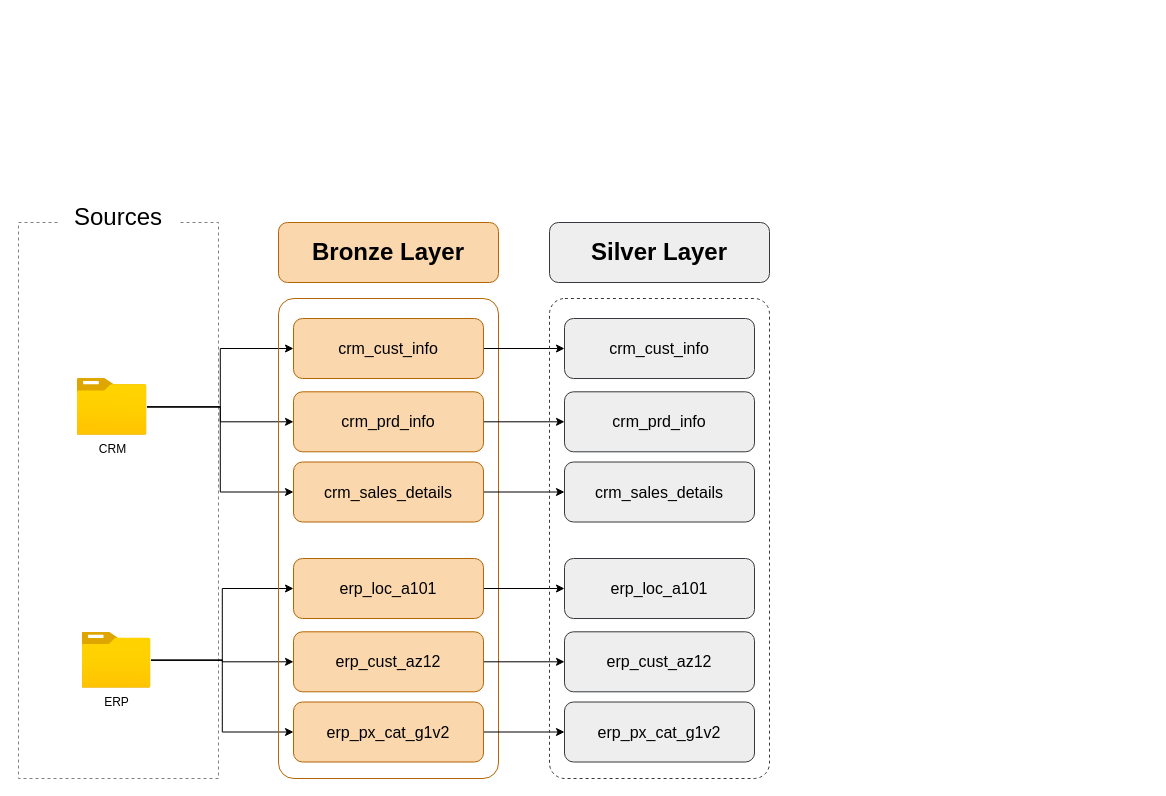
Before: _docs/data_flow_diagram.drawio in asadali27232/snowflake-sql-medallion-warehouse, a draw.io diagram. Source tidied: cells renumbered, new cells numbered last; positions are measured from the earlier drawing's top-left corner, leaving out a move shared by most shapes. Both pictures are drawn from the tidied source at 100%, with x=0, y=0 at pixel (18, 202).
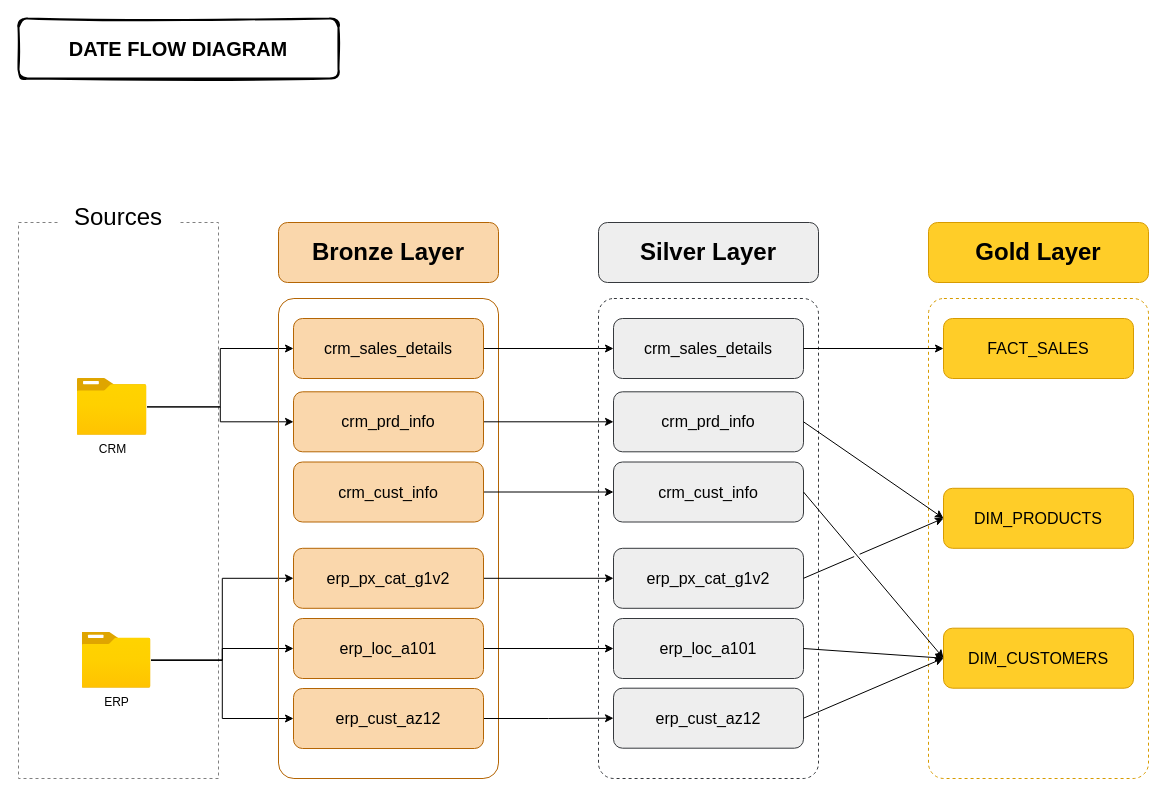
Above is the later version.

Commit message (it also covers changes not shown here):
feat: add Gold layer data catalog and data model, and update data flow and integration diagrams.

The change refers to these unchanged cells:
```xml
<mxCell id="7" value="CRM" style="image;html=1;points=[];align=center;fontSize=12;image=img/lib/azure2/general/Folder_Blank.svg;" parent="1" vertex="1">
  <mxGeometry x="58.5" y="176" width="70" height="56.8" as="geometry" />
</mxCell>
```

Diff of the diagram source:
```diff
@@
-    <mxCell id="4" style="edgeStyle=orthogonalEdgeStyle;rounded=0;jettySize=auto;html=1;" parent="1" edge="1" source="7" target="15">
-      <mxGeometry relative="1" as="geometry" />
-    </mxCell>
@@
     <mxCell id="15" value="&lt;font&gt;crm_cust_info&lt;/font&gt;" style="rounded=1;whiteSpace=wrap;html=1;fillColor=#fad7ac;strokeColor=#b46504;fontSize=16;" parent="1" vertex="1">
-      <mxGeometry x="275" y="116" width="190" height="60" as="geometry" />
+      <mxGeometry x="275" y="259.5" width="190" height="60" as="geometry" />
     </mxCell>
@@
     <mxCell id="19" value="&lt;font&gt;crm_sales_details&lt;/font&gt;" style="rounded=1;whiteSpace=wrap;html=1;fillColor=#fad7ac;strokeColor=#b46504;fontSize=16;" parent="1" vertex="1">
-      <mxGeometry x="275" y="259.5" width="190" height="60" as="geometry" />
+      <mxGeometry x="275" y="116" width="190" height="60" as="geometry" />
     </mxCell>
@@
     <mxCell id="21" value="&lt;font&gt;erp_loc_a101&lt;/font&gt;" style="rounded=1;whiteSpace=wrap;html=1;fillColor=#fad7ac;strokeColor=#b46504;fontSize=16;" parent="1" vertex="1">
-      <mxGeometry x="275" y="356" width="190" height="60" as="geometry" />
+      <mxGeometry x="275" y="416" width="190" height="60" as="geometry" />
     </mxCell>
@@
     <mxCell id="23" value="&lt;font&gt;erp_cust_az12&lt;/font&gt;" style="rounded=1;whiteSpace=wrap;html=1;fillColor=#fad7ac;strokeColor=#b46504;fontSize=16;" parent="1" vertex="1">
-      <mxGeometry x="275" y="429.3" width="190" height="60" as="geometry" />
+      <mxGeometry x="275" y="486" width="190" height="60" as="geometry" />
     </mxCell>
@@
     <mxCell id="25" value="&lt;font&gt;erp_px_cat_g1v2&lt;/font&gt;" style="rounded=1;whiteSpace=wrap;html=1;fillColor=#fad7ac;strokeColor=#b46504;fontSize=16;" parent="1" vertex="1">
-      <mxGeometry x="275" y="499.5" width="190" height="60" as="geometry" />
+      <mxGeometry x="275" y="345.8" width="190" height="60" as="geometry" />
     </mxCell>
     <mxCell id="26" style="rounded=1;whiteSpace=wrap;html=1;fillColor=none;strokeColor=#36393d;strokeWidth=1;arcSize=7;dashed=1;" parent="1" vertex="1">
-      <mxGeometry x="531" y="96" width="220" height="480" as="geometry" />
+      <mxGeometry x="580" y="96" width="220" height="480" as="geometry" />
     </mxCell>
     <mxCell id="27" value="&lt;font style=&quot;font-size: 24px;&quot;&gt;&lt;b&gt;Silver Layer&lt;/b&gt;&lt;/font&gt;" style="rounded=1;whiteSpace=wrap;html=1;fillColor=#eeeeee;strokeColor=#36393d;" parent="1" vertex="1">
-      <mxGeometry x="531" y="20" width="220" height="60" as="geometry" />
+      <mxGeometry x="580" y="20" width="220" height="60" as="geometry" />
     </mxCell>
     <mxCell id="28" value="&lt;font&gt;crm_cust_info&lt;/font&gt;" style="rounded=1;whiteSpace=wrap;html=1;fillColor=#eeeeee;strokeColor=#36393d;fontSize=16;" parent="1" vertex="1">
-      <mxGeometry x="546" y="116" width="190" height="60" as="geometry" />
+      <mxGeometry x="595" y="259.5" width="190" height="60" as="geometry" />
     </mxCell>
     <mxCell id="29" value="&lt;font&gt;crm_prd_info&lt;/font&gt;" style="rounded=1;whiteSpace=wrap;html=1;fillColor=#eeeeee;strokeColor=#36393d;fontSize=16;" parent="1" vertex="1">
-      <mxGeometry x="546" y="189.3" width="190" height="60" as="geometry" />
+      <mxGeometry x="595" y="189.3" width="190" height="60" as="geometry" />
     </mxCell>
     <mxCell id="30" value="&lt;font&gt;crm_sales_details&lt;/font&gt;" style="rounded=1;whiteSpace=wrap;html=1;fillColor=#eeeeee;strokeColor=#36393d;fontSize=16;" parent="1" vertex="1">
-      <mxGeometry x="546" y="259.5" width="190" height="60" as="geometry" />
+      <mxGeometry x="595" y="116" width="190" height="60" as="geometry" />
     </mxCell>
     <mxCell id="31" value="&lt;font&gt;erp_loc_a101&lt;/font&gt;" style="rounded=1;whiteSpace=wrap;html=1;fillColor=#eeeeee;strokeColor=#36393d;fontSize=16;" parent="1" vertex="1">
-      <mxGeometry x="546" y="356" width="190" height="60" as="geometry" />
+      <mxGeometry x="595" y="416" width="190" height="60" as="geometry" />
     </mxCell>
     <mxCell id="32" value="&lt;font&gt;erp_cust_az12&lt;/font&gt;" style="rounded=1;whiteSpace=wrap;html=1;fillColor=#eeeeee;strokeColor=#36393d;fontSize=16;" parent="1" vertex="1">
-      <mxGeometry x="546" y="429.3" width="190" height="60" as="geometry" />
+      <mxGeometry x="595" y="485.7" width="190" height="60" as="geometry" />
     </mxCell>
     <mxCell id="33" value="&lt;font&gt;erp_px_cat_g1v2&lt;/font&gt;" style="rounded=1;whiteSpace=wrap;html=1;fillColor=#eeeeee;strokeColor=#36393d;fontSize=16;" parent="1" vertex="1">
-      <mxGeometry x="546" y="499.5" width="190" height="60" as="geometry" />
+      <mxGeometry x="595" y="345.8" width="190" height="60" as="geometry" />
     </mxCell>
+    <mxCell id="34" style="rounded=1;whiteSpace=wrap;html=1;fillColor=none;strokeColor=#d79b00;strokeWidth=1;arcSize=7;dashed=1;gradientColor=none;" parent="1" vertex="1">
+      <mxGeometry x="910" y="96" width="220" height="480" as="geometry" />
+    </mxCell>
+    <mxCell id="35" value="&lt;font style=&quot;font-size: 24px;&quot;&gt;&lt;b&gt;Gold Layer&lt;/b&gt;&lt;/font&gt;" style="rounded=1;whiteSpace=wrap;html=1;fillColor=#ffcd28;strokeColor=#d79b00;gradientColor=none;" parent="1" vertex="1">
+      <mxGeometry x="910" y="20" width="220" height="60" as="geometry" />
+    </mxCell>
+    <mxCell id="36" value="&lt;font&gt;DIM_CUSTOMERS&lt;/font&gt;" style="rounded=1;whiteSpace=wrap;html=1;fillColor=#ffcd28;strokeColor=#d79b00;fontSize=16;gradientColor=none;" parent="1" vertex="1">
+      <mxGeometry x="925" y="425.7" width="190" height="60" as="geometry" />
+    </mxCell>
+    <mxCell id="37" value="&lt;font&gt;DIM_PRODUCTS&lt;/font&gt;" style="rounded=1;whiteSpace=wrap;html=1;fillColor=#ffcd28;strokeColor=#d79b00;fontSize=16;gradientColor=none;" parent="1" vertex="1">
+      <mxGeometry x="925" y="285.8" width="190" height="60" as="geometry" />
+    </mxCell>
+    <mxCell id="38" value="&lt;font&gt;FACT_SALES&lt;/font&gt;" style="rounded=1;whiteSpace=wrap;html=1;fillColor=#ffcd28;strokeColor=#d79b00;fontSize=16;gradientColor=none;" parent="1" vertex="1">
+      <mxGeometry x="925" y="116" width="190" height="60" as="geometry" />
+    </mxCell>
+    <mxCell id="39" style="endArrow=classic;html=1;rounded=0;entryX=0;entryY=0.5;entryDx=0;entryDy=0;exitX=1;exitY=0.5;exitDx=0;exitDy=0;shadow=0;flowAnimation=0;jumpStyle=gap;" parent="1" edge="1" source="28" target="36">
+      <mxGeometry relative="1" as="geometry" />
+    </mxCell>
+    <mxCell id="40" style="endArrow=classic;html=1;rounded=0;entryX=0;entryY=0.5;entryDx=0;entryDy=0;exitX=1;exitY=0.5;exitDx=0;exitDy=0;shadow=0;flowAnimation=0;jumpStyle=gap;" parent="1" edge="1" source="29" target="37">
+      <mxGeometry relative="1" as="geometry" />
+    </mxCell>
+    <mxCell id="41" style="endArrow=classic;html=1;rounded=0;entryX=0;entryY=0.5;entryDx=0;entryDy=0;exitX=1;exitY=0.5;exitDx=0;exitDy=0;shadow=0;flowAnimation=0;jumpStyle=gap;" parent="1" edge="1" source="33" target="37">
+      <mxGeometry relative="1" as="geometry" />
+    </mxCell>
+    <mxCell id="42" style="endArrow=classic;html=1;rounded=0;entryX=0;entryY=0.5;entryDx=0;entryDy=0;exitX=1;exitY=0.5;exitDx=0;exitDy=0;shadow=0;flowAnimation=0;jumpStyle=gap;" parent="1" edge="1" source="31" target="36">
+      <mxGeometry relative="1" as="geometry" />
+    </mxCell>
+    <mxCell id="43" style="endArrow=classic;html=1;rounded=0;entryX=0;entryY=0.5;entryDx=0;entryDy=0;exitX=1;exitY=0.5;exitDx=0;exitDy=0;shadow=0;flowAnimation=0;jumpStyle=gap;" parent="1" edge="1" source="32" target="36">
+      <mxGeometry relative="1" as="geometry" />
+    </mxCell>
+    <mxCell id="44" style="endArrow=classic;html=1;rounded=0;entryX=0;entryY=0.5;entryDx=0;entryDy=0;exitX=1;exitY=0.5;exitDx=0;exitDy=0;shadow=0;flowAnimation=0;jumpStyle=gap;" parent="1" edge="1" source="30" target="38">
+      <mxGeometry relative="1" as="geometry" />
+    </mxCell>
+    <mxCell id="45" value="DATE FLOW DIAGRAM" style="rounded=1;whiteSpace=wrap;html=1;strokeWidth=2;fillWeight=4;hachureGap=8;hachureAngle=45;fillColor=none;sketch=1;fontSize=20;fontStyle=1;" parent="1" vertex="1">
+      <mxGeometry y="-184" width="320" height="60" as="geometry" />
+    </mxCell>
```
